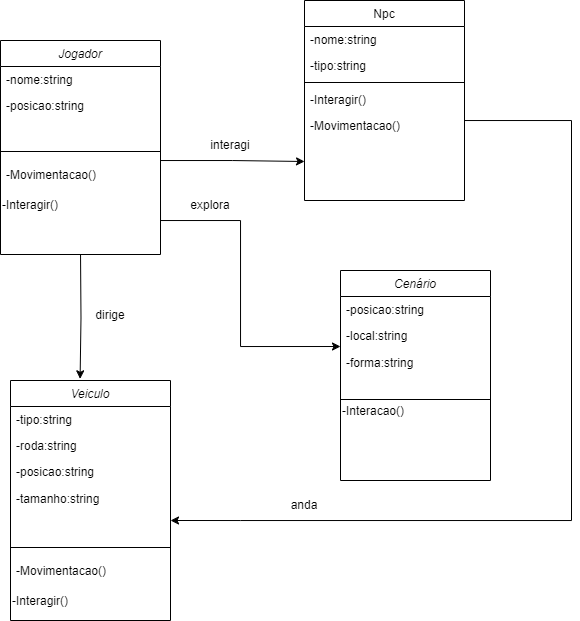
lucasnoelgb/2jdprojetomusica keeps this draw.io diagram as diagrama musical.drawio.png. Above is the earlier version. Source tidied: cells renumbered, new cells last; positions are measured from the earlier drawing's top-left corner, leaving out a move shared by most shapes.
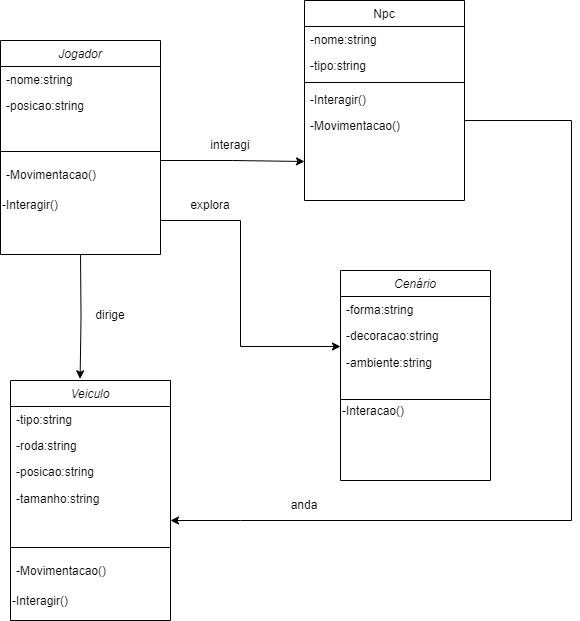
Above is the later version.

Commit message:
terminando diagrama

Change to the diagram source:
```diff
@@ -72,13 +72,13 @@
     <mxCell id="17" value="Cenário" style="swimlane;fontStyle=2;align=center;verticalAlign=top;horizontal=1;startSize=26;rounded=0;shadow=0;strokeWidth=1;" parent="1" vertex="1">
       <mxGeometry x="340" y="270" width="150" height="210" as="geometry" />
     </mxCell>
-    <mxCell id="18" value="-posicao:string" style="text;align=left;verticalAlign=top;spacingLeft=4;spacingRight=4;overflow=hidden;" parent="17" vertex="1">
+    <mxCell id="18" value="-forma:string" style="text;align=left;verticalAlign=top;spacingLeft=4;spacingRight=4;overflow=hidden;" parent="17" vertex="1">
       <mxGeometry y="26" width="150" height="26" as="geometry" />
     </mxCell>
-    <mxCell id="19" value="-local:string " style="text;align=left;verticalAlign=top;spacingLeft=4;spacingRight=4;overflow=hidden;rounded=0;shadow=0;html=0;" parent="17" vertex="1">
+    <mxCell id="19" value="-decoracao:string " style="text;align=left;verticalAlign=top;spacingLeft=4;spacingRight=4;overflow=hidden;rounded=0;shadow=0;html=0;" parent="17" vertex="1">
       <mxGeometry y="52" width="150" height="26" as="geometry" />
     </mxCell>
-    <mxCell id="20" value="-forma:string" style="text;html=1;align=left;verticalAlign=middle;strokeColor=none;fillColor=none;spacingLeft=4;" parent="17" vertex="1">
+    <mxCell id="20" value="-ambiente:string" style="text;html=1;align=left;verticalAlign=middle;strokeColor=none;fillColor=none;spacingLeft=4;" parent="17" vertex="1">
       <mxGeometry y="78" width="150" height="30" as="geometry" />
     </mxCell>
     <mxCell id="21" style="edgeStyle=orthogonalEdgeStyle;rounded=0;orthogonalLoop=1;jettySize=auto;html=1;exitX=0.5;exitY=1;exitDx=0;exitDy=0;" parent="17" edge="1" source="23" target="23">
```
